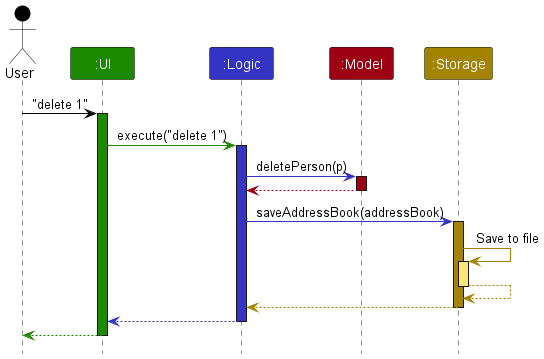
The PlantUML diagram docs/images/ArchitectureSequenceDiagram.png in nus-cs2103-AY2324S2/tp, before a commit.
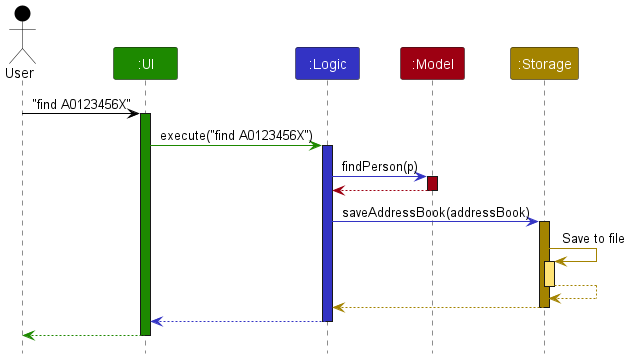
Above is the later version.

Commit message:
Fix checkstyle error

The edit, as a diff of the source:
```diff
@@ -8,13 +8,13 @@
 Participant ":Model" as model MODEL_COLOR
 Participant ":Storage" as storage STORAGE_COLOR
 
-user -[USER_COLOR]> ui : "delete 1"
+user -[USER_COLOR]> ui : "find A0123456X"
 activate ui UI_COLOR
 
-ui -[UI_COLOR]> logic : execute("delete 1")
+ui -[UI_COLOR]> logic : execute("find A0123456X")
 activate logic LOGIC_COLOR
 
-logic -[LOGIC_COLOR]> model : deletePerson(p)
+logic -[LOGIC_COLOR]> model : findPerson(p)
 activate model MODEL_COLOR
 
 model -[MODEL_COLOR]-> logic
```
